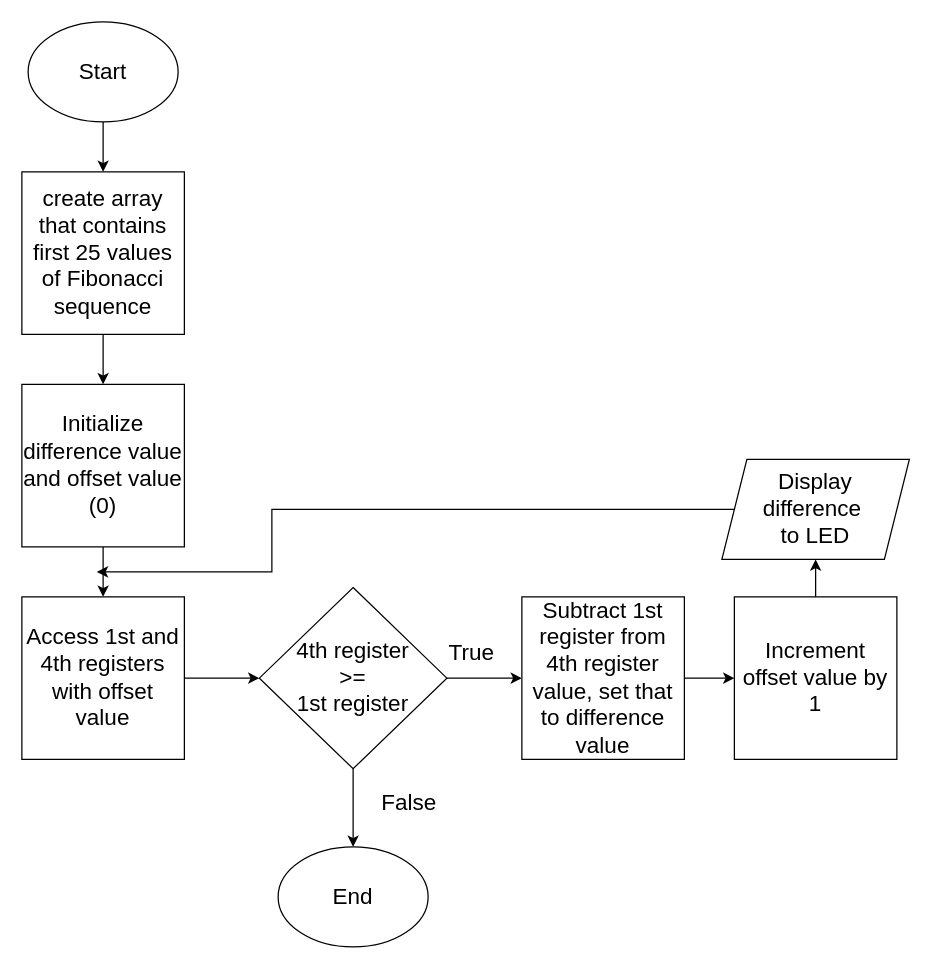
Above: SW4.drawio in psp-player/CPE233 (draw.io), before the change. Source tidied: cells renumbered, new cells numbered last; positions are measured from the earlier drawing's top-left corner, leaving out a move shared by most shapes. Both pictures are drawn from the tidied source at 125%, with x=0, y=0 at pixel (21, 21).
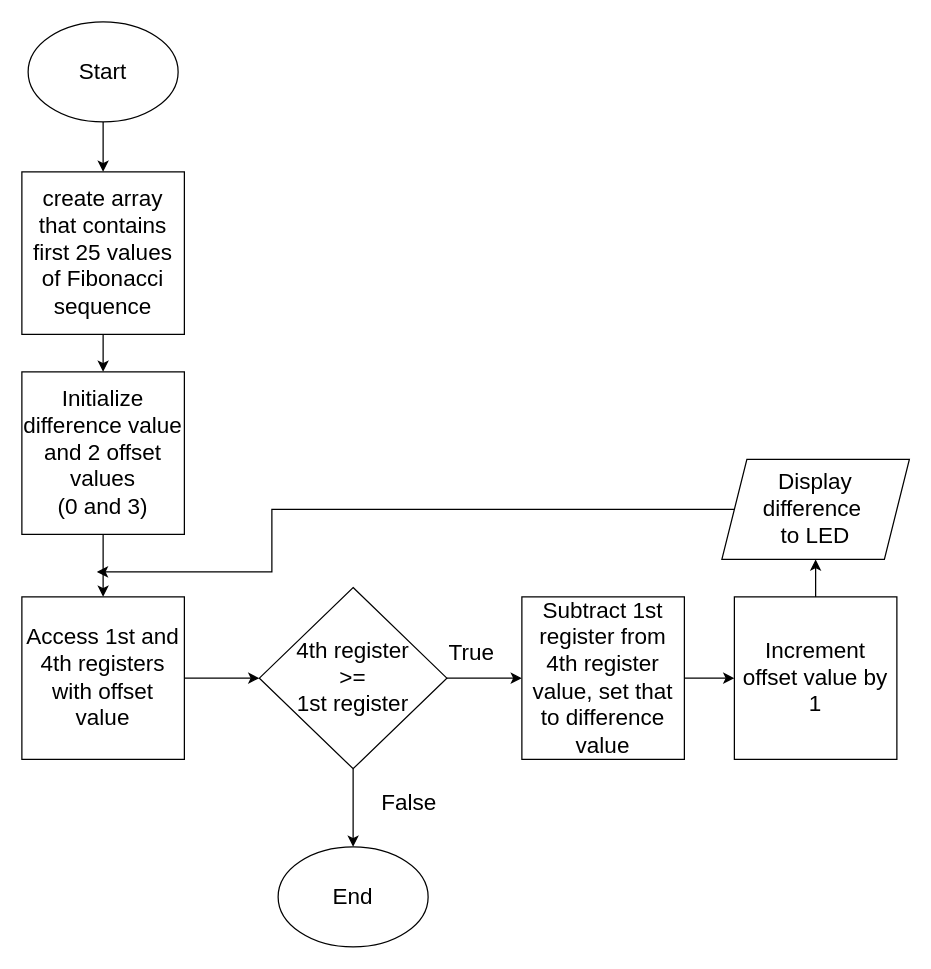
The same diagram, later.

The edit, as a diff of the source:
```diff
@@
-    <mxCell id="7" value="&lt;font style=&quot;font-size: 18px;&quot;&gt;Initialize difference value and offset value (0)&lt;/font&gt;" style="whiteSpace=wrap;html=1;" parent="1" vertex="1">
-      <mxGeometry y="290" width="130" height="130" as="geometry" />
+    <mxCell id="7" value="&lt;font style=&quot;font-size: 18px;&quot;&gt;Initialize difference value and 2 offset values &lt;br&gt;(0 and 3)&lt;/font&gt;" style="whiteSpace=wrap;html=1;" parent="1" vertex="1">
+      <mxGeometry y="280" width="130" height="130" as="geometry" />
     </mxCell>
```
